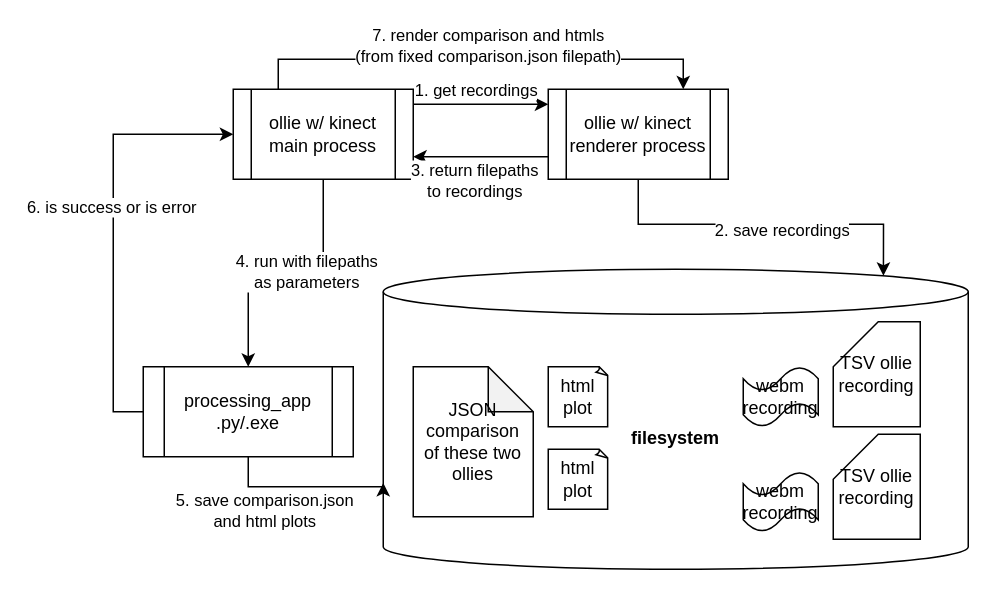
Earlier version of the draw.io diagram docs/dataflow.drawio (mfrszpiotro/ollie_with_kinect). Source tidied: cells renumbered, new cells numbered last; positions are measured from the earlier drawing's top-left corner, leaving out a move shared by most shapes. Both pictures are drawn from the tidied source at 150%, with x=0, y=0 at pixel (142, 58).
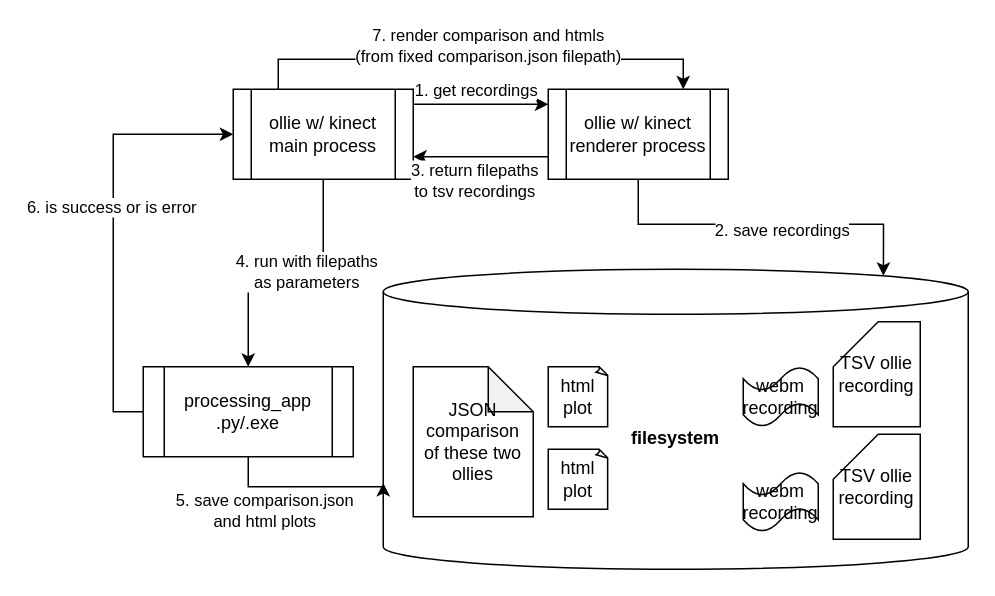
Above is the later version.

Unchanged cells that the change refers to:
```xml
<mxCell id="18" style="edgeStyle=orthogonalEdgeStyle;rounded=0;jettySize=auto;html=1;exitX=0;exitY=0.75;exitDx=0;exitDy=0;entryX=1;entryY=0.75;entryDx=0;entryDy=0;" parent="1" edge="1" source="20" target="14">
  <mxGeometry relative="1" as="geometry" />
</mxCell>
```

What changed in the source:
```diff
@@
-    <mxCell id="19" value="3. return filepaths &lt;br&gt;to recordings" style="edgeLabel;html=1;align=center;verticalAlign=middle;" parent="18" vertex="1">
+    <mxCell id="19" value="3. return filepaths &lt;br&gt;to tsv recordings" style="edgeLabel;html=1;align=center;verticalAlign=middle;" parent="18" vertex="1">
       <mxGeometry x="0.16" y="-1" relative="1" as="geometry">
         <mxPoint x="2" y="16" as="offset" />
       </mxGeometry>
     </mxCell>
```
